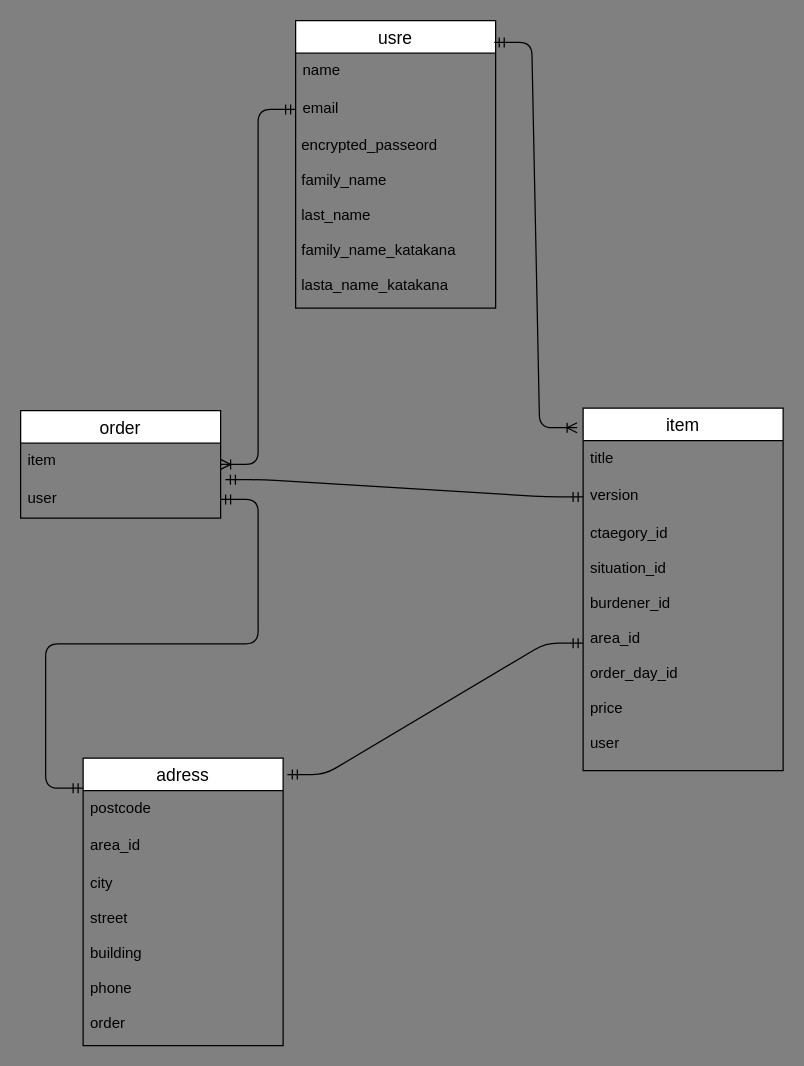
The draw.io diagram furima.dio in hiro-os/furima-36715, before the edit. Source tidied: cells renumbered, new cells numbered last; positions are measured from the earlier drawing's top-left corner, leaving out a move shared by most shapes. Both pictures are drawn from the tidied source at 125%, with x=0, y=0 at pixel (20, 20).
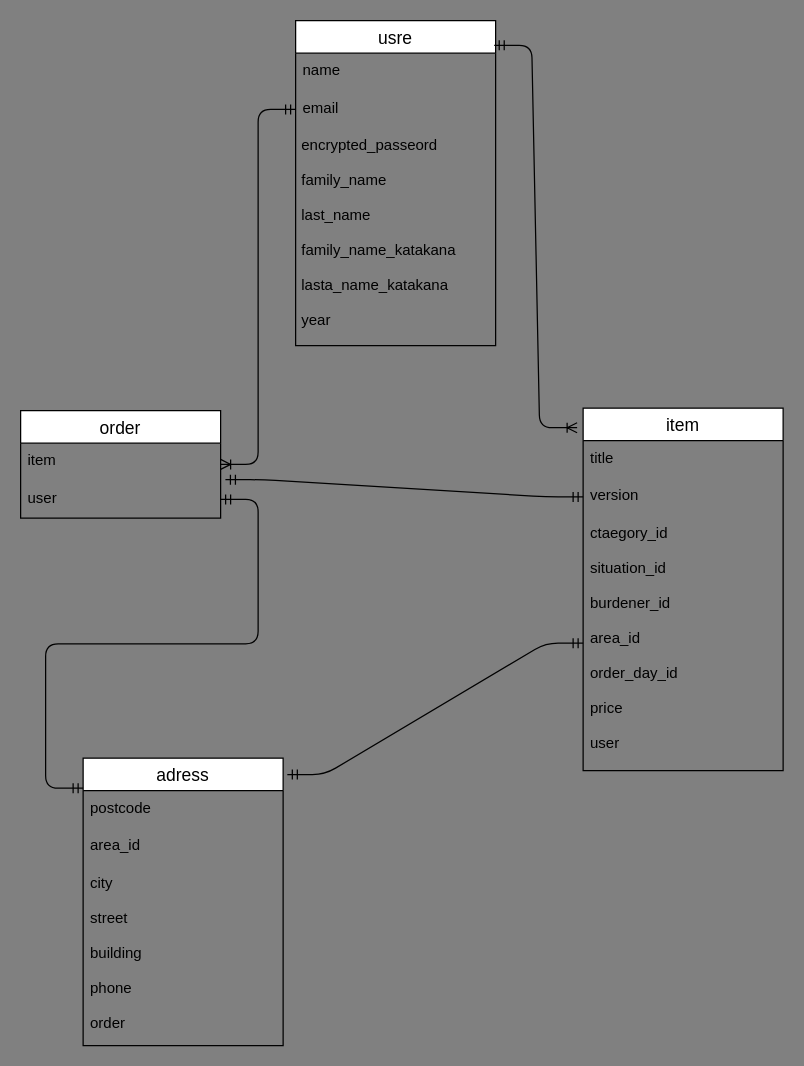
The same page after the edit.

What changed in the source:
```diff
@@
     <mxCell id="4" value="usre" style="swimlane;fontStyle=0;horizontal=1;startSize=26;align=center;fontSize=14;" parent="1" vertex="1">
-      <mxGeometry x="220" width="160" height="230" as="geometry" />
+      <mxGeometry x="220" width="160" height="260" as="geometry" />
     </mxCell>
@@
-    <mxCell id="7" value="encrypted_passeord&#10;&#10;family_name&#10;&#10;last_name&#10;&#10;family_name_katakana&#10;&#10;lasta_name_katakana" style="text;strokeColor=none;fillColor=none;spacingLeft=3;spacingRight=4;overflow=hidden;fontSize=12;" parent="4" vertex="1">
-      <mxGeometry y="86" width="160" height="144" as="geometry" />
+    <mxCell id="7" value="encrypted_passeord&#10;&#10;family_name&#10;&#10;last_name&#10;&#10;family_name_katakana&#10;&#10;lasta_name_katakana&#10;&#10;year" style="text;strokeColor=none;fillColor=none;spacingLeft=3;spacingRight=4;overflow=hidden;fontSize=12;" parent="4" vertex="1">
+      <mxGeometry y="86" width="160" height="174" as="geometry" />
     </mxCell>
```
